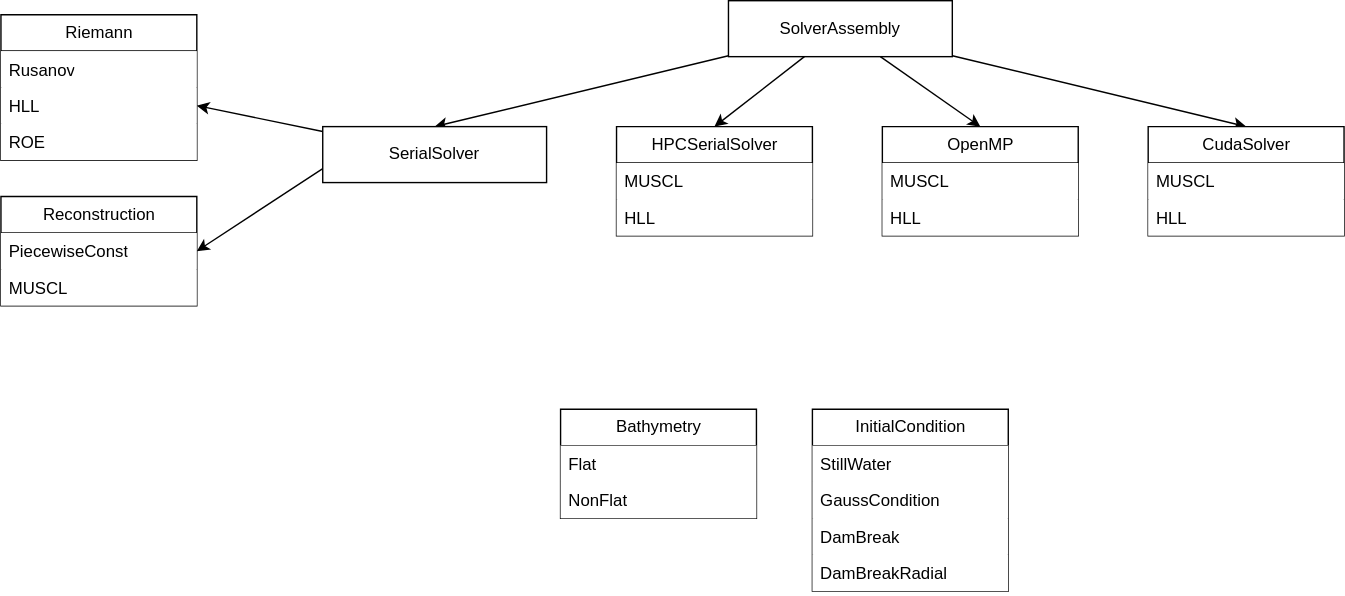
Before: docs/Solver_structure.svg, a diagram exported from draw.io (LukasBlanck/shallow-water). Source tidied: cells renumbered, new cells last; positions are measured from the earlier drawing's top-left corner, leaving out a move shared by most shapes.
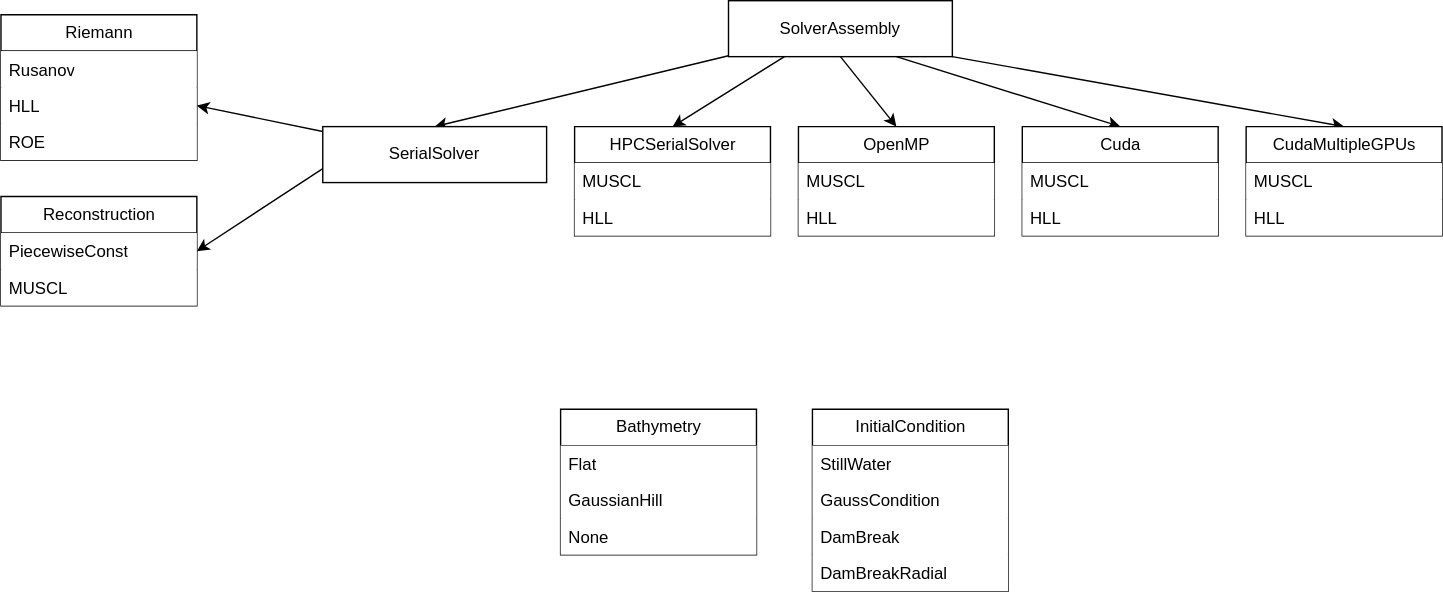
Later version of the same file.

Change to the diagram source:
```diff
@@ -5,15 +5,18 @@
     <mxCell id="2" style="edgeStyle=none;html=1;entryX=0.5;entryY=0;entryDx=0;entryDy=0;" parent="1" edge="1" source="6" target="9">
       <mxGeometry relative="1" as="geometry" />
     </mxCell>
-    <mxCell id="3" style="edgeStyle=none;html=1;entryX=0.5;entryY=0;entryDx=0;entryDy=0;" parent="1" edge="1" source="6" target="25">
+    <mxCell id="3" style="edgeStyle=none;html=1;exitX=0.25;exitY=1;exitDx=0;exitDy=0;entryX=0.5;entryY=0;entryDx=0;entryDy=0;" parent="1" edge="1" source="6" target="25">
       <mxGeometry relative="1" as="geometry" />
     </mxCell>
-    <mxCell id="4" style="edgeStyle=none;html=1;entryX=0.5;entryY=0;entryDx=0;entryDy=0;" parent="1" edge="1" source="6" target="28">
+    <mxCell id="4" style="edgeStyle=none;html=1;exitX=0.5;exitY=1;exitDx=0;exitDy=0;entryX=0.5;entryY=0;entryDx=0;entryDy=0;" parent="1" edge="1" source="6" target="28">
       <mxGeometry relative="1" as="geometry" />
     </mxCell>
-    <mxCell id="5" style="edgeStyle=none;html=1;entryX=0.5;entryY=0;entryDx=0;entryDy=0;" parent="1" edge="1" source="6" target="31">
+    <mxCell id="5" style="edgeStyle=none;html=1;exitX=0.75;exitY=1;exitDx=0;exitDy=0;entryX=0.5;entryY=0;entryDx=0;entryDy=0;" parent="1" edge="1" source="6" target="31">
       <mxGeometry relative="1" as="geometry" />
     </mxCell>
+    <mxCell id="34" style="edgeStyle=none;html=1;exitX=1;exitY=1;exitDx=0;exitDy=0;entryX=0.5;entryY=0;entryDx=0;entryDy=0;" parent="1" edge="1" source="6" target="35">
+      <mxGeometry relative="1" as="geometry" />
+    </mxCell>
     <mxCell id="6" value="SolverAssembly" style="rounded=0;whiteSpace=wrap;html=1;" parent="1" vertex="1">
       <mxGeometry x="520" width="160" height="40" as="geometry" />
     </mxCell>
@@ -62,17 +65,8 @@
     <mxCell id="21" value="DamBreakRadial" style="text;strokeColor=none;fillColor=#FFFFFF;align=left;verticalAlign=top;spacingLeft=4;spacingRight=4;overflow=hidden;whiteSpace=wrap;html=1;" parent="17" vertex="1">
       <mxGeometry y="104" width="140" height="26" as="geometry" />
     </mxCell>
-    <mxCell id="22" value="Bathymetry" style="swimlane;fontStyle=0;horizontal=1;startSize=26;fillColor=#FFFFFF;html=1;" parent="1" vertex="1">
-      <mxGeometry x="400" y="292" width="140" height="78" as="geometry" />
-    </mxCell>
-    <mxCell id="23" value="Flat" style="text;strokeColor=none;fillColor=#FFFFFF;align=left;verticalAlign=top;spacingLeft=4;spacingRight=4;overflow=hidden;whiteSpace=wrap;html=1;" parent="22" vertex="1">
-      <mxGeometry y="26" width="140" height="26" as="geometry" />
-    </mxCell>
-    <mxCell id="24" value="NonFlat" style="text;strokeColor=none;fillColor=#FFFFFF;align=left;verticalAlign=top;spacingLeft=4;spacingRight=4;overflow=hidden;whiteSpace=wrap;html=1;" parent="22" vertex="1">
-      <mxGeometry y="52" width="140" height="26" as="geometry" />
-    </mxCell>
     <mxCell id="25" value="HPCSerialSolver" style="swimlane;fontStyle=0;horizontal=1;startSize=26;fillColor=#FFFFFF;html=1;" parent="1" vertex="1">
-      <mxGeometry x="440" y="90" width="140" height="78" as="geometry" />
+      <mxGeometry x="410" y="90" width="140" height="78" as="geometry" />
     </mxCell>
     <mxCell id="26" value="MUSCL" style="text;strokeColor=none;fillColor=#FFFFFF;align=left;verticalAlign=top;spacingLeft=4;spacingRight=4;overflow=hidden;whiteSpace=wrap;html=1;" parent="25" vertex="1">
       <mxGeometry y="26" width="140" height="26" as="geometry" />
@@ -81,7 +75,7 @@
       <mxGeometry y="52" width="140" height="26" as="geometry" />
     </mxCell>
     <mxCell id="28" value="OpenMP" style="swimlane;fontStyle=0;horizontal=1;startSize=26;fillColor=#FFFFFF;html=1;" parent="1" vertex="1">
-      <mxGeometry x="630" y="90" width="140" height="78" as="geometry" />
+      <mxGeometry x="570" y="90" width="140" height="78" as="geometry" />
     </mxCell>
     <mxCell id="29" value="MUSCL" style="text;strokeColor=none;fillColor=#FFFFFF;align=left;verticalAlign=top;spacingLeft=4;spacingRight=4;overflow=hidden;whiteSpace=wrap;html=1;" parent="28" vertex="1">
       <mxGeometry y="26" width="140" height="26" as="geometry" />
@@ -89,8 +83,8 @@
     <mxCell id="30" value="HLL" style="text;strokeColor=none;fillColor=#FFFFFF;align=left;verticalAlign=top;spacingLeft=4;spacingRight=4;overflow=hidden;whiteSpace=wrap;html=1;" parent="28" vertex="1">
       <mxGeometry y="52" width="140" height="26" as="geometry" />
     </mxCell>
-    <mxCell id="31" value="CudaSolver" style="swimlane;fontStyle=0;horizontal=1;startSize=26;fillColor=#FFFFFF;html=1;" parent="1" vertex="1">
-      <mxGeometry x="820" y="90" width="140" height="78" as="geometry" />
+    <mxCell id="31" value="Cuda" style="swimlane;fontStyle=0;horizontal=1;startSize=26;fillColor=#FFFFFF;html=1;" parent="1" vertex="1">
+      <mxGeometry x="730" y="90" width="140" height="78" as="geometry" />
     </mxCell>
     <mxCell id="32" value="MUSCL" style="text;strokeColor=none;fillColor=#FFFFFF;align=left;verticalAlign=top;spacingLeft=4;spacingRight=4;overflow=hidden;whiteSpace=wrap;html=1;" parent="31" vertex="1">
       <mxGeometry y="26" width="140" height="26" as="geometry" />
@@ -98,5 +92,26 @@
     <mxCell id="33" value="HLL" style="text;strokeColor=none;fillColor=#FFFFFF;align=left;verticalAlign=top;spacingLeft=4;spacingRight=4;overflow=hidden;whiteSpace=wrap;html=1;" parent="31" vertex="1">
       <mxGeometry y="52" width="140" height="26" as="geometry" />
     </mxCell>
+    <mxCell id="35" value="CudaMultipleGPUs" style="swimlane;fontStyle=0;horizontal=1;startSize=26;fillColor=#FFFFFF;html=1;" parent="1" vertex="1">
+      <mxGeometry x="890" y="90" width="140" height="78" as="geometry" />
+    </mxCell>
+    <mxCell id="36" value="MUSCL" style="text;strokeColor=none;fillColor=#FFFFFF;align=left;verticalAlign=top;spacingLeft=4;spacingRight=4;overflow=hidden;whiteSpace=wrap;html=1;" parent="35" vertex="1">
+      <mxGeometry y="26" width="140" height="26" as="geometry" />
+    </mxCell>
+    <mxCell id="37" value="HLL" style="text;strokeColor=none;fillColor=#FFFFFF;align=left;verticalAlign=top;spacingLeft=4;spacingRight=4;overflow=hidden;whiteSpace=wrap;html=1;" parent="35" vertex="1">
+      <mxGeometry y="52" width="140" height="26" as="geometry" />
+    </mxCell>
+    <mxCell id="22" value="&lt;span style=&quot;color: rgb(0, 0, 0); text-wrap-mode: wrap;&quot;&gt;Bathymetry&lt;/span&gt;" style="swimlane;fontStyle=0;horizontal=1;startSize=26;fillColor=#FFFFFF;html=1;" parent="1" vertex="1">
+      <mxGeometry x="400" y="292" width="140" height="104" as="geometry" />
+    </mxCell>
+    <mxCell id="23" value="&lt;span style=&quot;color: rgb(0, 0, 0);&quot;&gt;Flat&lt;/span&gt;" style="text;strokeColor=none;fillColor=#FFFFFF;align=left;verticalAlign=top;spacingLeft=4;spacingRight=4;overflow=hidden;whiteSpace=wrap;html=1;" parent="22" vertex="1">
+      <mxGeometry y="26" width="140" height="26" as="geometry" />
+    </mxCell>
+    <mxCell id="38" value="&lt;span style=&quot;color: rgb(0, 0, 0);&quot;&gt;GaussianHill&lt;/span&gt;" style="text;strokeColor=none;fillColor=#FFFFFF;align=left;verticalAlign=top;spacingLeft=4;spacingRight=4;overflow=hidden;whiteSpace=wrap;html=1;" parent="22" vertex="1">
+      <mxGeometry y="52" width="140" height="26" as="geometry" />
+    </mxCell>
+    <mxCell id="39" value="&lt;span style=&quot;color: rgb(0, 0, 0);&quot;&gt;None&lt;/span&gt;" style="text;strokeColor=none;fillColor=#FFFFFF;align=left;verticalAlign=top;spacingLeft=4;spacingRight=4;overflow=hidden;whiteSpace=wrap;html=1;" parent="22" vertex="1">
+      <mxGeometry y="78" width="140" height="26" as="geometry" />
+    </mxCell>
   </root>
 </mxGraphModel>
```
